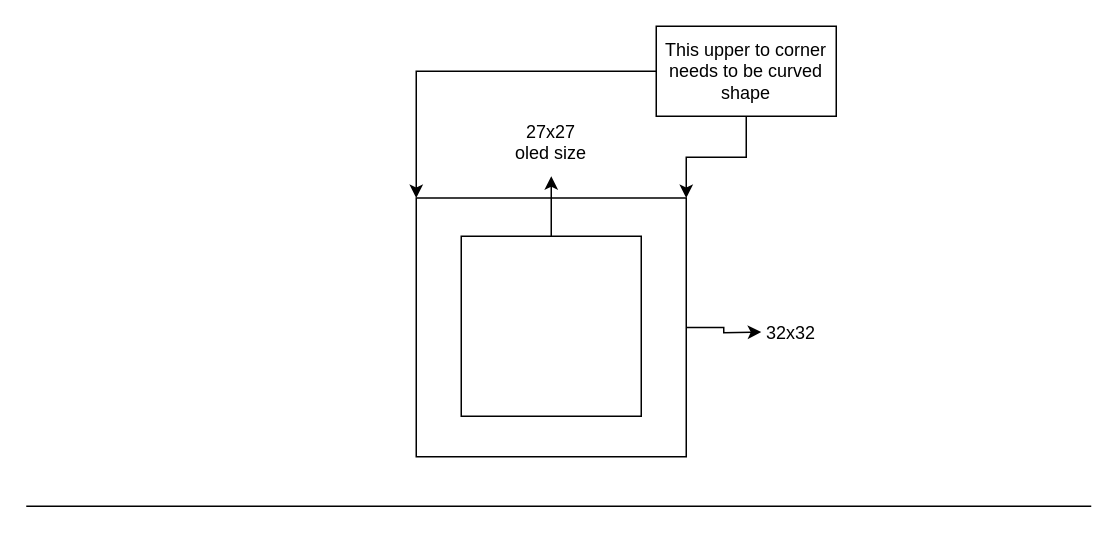
Before: outer design.drawio in ovishak777/Epoxy, a draw.io diagram. Source tidied: cells renumbered, new cells numbered last; positions are measured from the earlier drawing's top-left corner, leaving out a move shared by most shapes. Both pictures are drawn from the tidied source at 150%, with x=0, y=0 at pixel (26, 26).
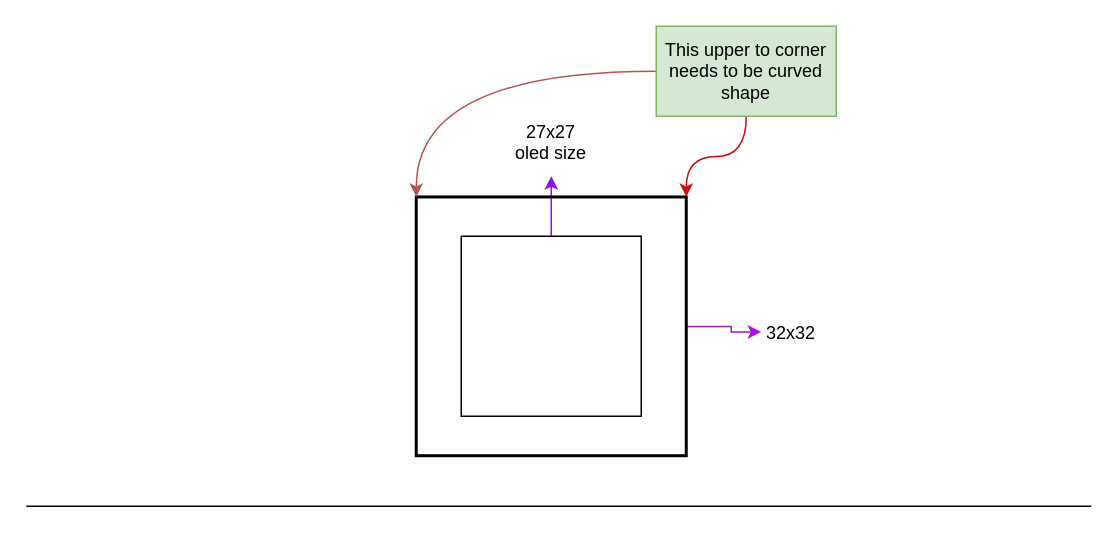
The same page after the edit.

Change to the diagram source:
```diff
@@
 <mxGraphModel>
   <root>
     <mxCell id="0" />
     <mxCell id="1" parent="0" />
     <mxCell id="2" value="27x27 oled size&lt;div&gt;&lt;br&gt;&lt;/div&gt;" style="text;html=1;whiteSpace=wrap;strokeColor=none;fillColor=none;align=center;verticalAlign=middle;rounded=0;" parent="1" vertex="1">
       <mxGeometry x="320" y="70" width="60" height="30" as="geometry" />
     </mxCell>
-    <mxCell id="3" style="edgeStyle=orthogonalEdgeStyle;rounded=0;jettySize=auto;html=1;" parent="1" edge="1" source="4">
+    <mxCell id="3" style="edgeStyle=orthogonalEdgeStyle;rounded=0;jettySize=auto;html=1;strokeColor=light-dark(#8b0ef1, #3C6BFF);" parent="1" edge="1" source="4">
       <mxGeometry relative="1" as="geometry">
         <mxPoint x="350" y="100" as="targetPoint" />
       </mxGeometry>
     </mxCell>
     <mxCell id="4" style="whiteSpace=wrap;html=1;" parent="1" vertex="1">
       <mxGeometry x="290" y="140" width="120" height="120" as="geometry" />
     </mxCell>
-    <mxCell id="5" style="edgeStyle=orthogonalEdgeStyle;rounded=0;jettySize=auto;html=1;" parent="1" edge="1" source="6">
+    <mxCell id="5" style="edgeStyle=orthogonalEdgeStyle;rounded=0;jettySize=auto;html=1;strokeColor=light-dark(#a811df, #ededed);" parent="1" edge="1" source="6">
       <mxGeometry relative="1" as="geometry">
         <mxPoint x="490" y="203.8" as="targetPoint" />
+        <Array as="points">
+          <mxPoint x="470" y="200" />
+          <mxPoint x="470" y="203.8" />
+        </Array>
       </mxGeometry>
     </mxCell>
-    <mxCell id="6" style="rounded=0;whiteSpace=wrap;html=1;fillColor=none;" parent="1" vertex="1">
-      <mxGeometry x="260" y="114.5" width="180" height="172.5" as="geometry" />
+    <mxCell id="6" style="rounded=0;whiteSpace=wrap;html=1;fillColor=none;strokeWidth=2;" parent="1" vertex="1">
+      <mxGeometry x="260" y="113.8" width="180" height="172.5" as="geometry" />
     </mxCell>
     <mxCell id="7" value="32x32" style="text;html=1;whiteSpace=wrap;strokeColor=none;fillColor=none;align=center;verticalAlign=middle;rounded=0;" parent="1" vertex="1">
       <mxGeometry x="480" y="190" width="60" height="30" as="geometry" />
     </mxCell>
     <mxCell id="8" style="endArrow=none;html=1;rounded=0;" parent="1" edge="1">
       <mxGeometry relative="1" as="geometry">
         <mxPoint y="320" as="sourcePoint" />
         <mxPoint x="710" y="320" as="targetPoint" />
       </mxGeometry>
     </mxCell>
-    <mxCell id="9" style="edgeStyle=orthogonalEdgeStyle;rounded=0;jettySize=auto;html=1;exitX=0.5;exitY=1;exitDx=0;exitDy=0;entryX=1;entryY=0;entryDx=0;entryDy=0;" parent="1" edge="1" source="11" target="6">
+    <mxCell id="9" style="edgeStyle=orthogonalEdgeStyle;rounded=0;jettySize=auto;html=1;exitX=0.5;exitY=1;exitDx=0;exitDy=0;entryX=1;entryY=0;entryDx=0;entryDy=0;strokeColor=light-dark(#ce0d0d, #FF6666);curved=1;" parent="1" edge="1" source="11" target="6">
       <mxGeometry relative="1" as="geometry" />
     </mxCell>
-    <mxCell id="10" style="edgeStyle=orthogonalEdgeStyle;rounded=0;jettySize=auto;html=1;exitX=0;exitY=0.5;exitDx=0;exitDy=0;entryX=0;entryY=0;entryDx=0;entryDy=0;fillColor=light-dark(transparent,#B5739D);" parent="1" edge="1" source="11" target="6">
+    <mxCell id="10" style="edgeStyle=orthogonalEdgeStyle;rounded=0;jettySize=auto;html=1;exitX=0;exitY=0.5;exitDx=0;exitDy=0;entryX=0;entryY=0;entryDx=0;entryDy=0;fillColor=#f8cecc;curved=1;strokeColor=light-dark(#B85450,#FF0000);" parent="1" edge="1" source="11" target="6">
       <mxGeometry relative="1" as="geometry" />
     </mxCell>
-    <mxCell id="11" value="This upper to corner needs to be curved shape" style="whiteSpace=wrap;html=1;fillColor=light-dark(#FFFFFF,#E6D0DE);" parent="1" vertex="1">
+    <mxCell id="11" value="This upper to corner needs to be curved shape" style="whiteSpace=wrap;html=1;fillColor=#d5e8d4;strokeColor=#82b366;" parent="1" vertex="1">
       <mxGeometry x="420" width="120" height="60" as="geometry" />
     </mxCell>
   </root>
 </mxGraphModel>
```
